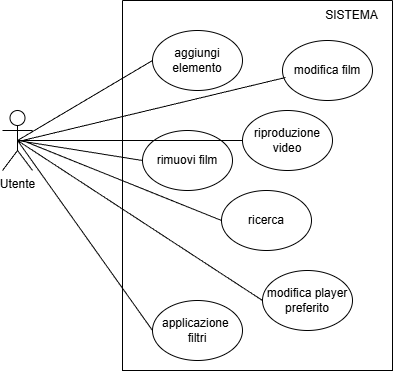
The draw.io diagram src/main/docs/Use Case Diagram.drawio.png in Michele-Arnoni/Cine-Rolodex, before a commit. Source tidied: cells renumbered, new cells last; positions are measured from the earlier drawing's top-left corner, leaving out a move shared by most shapes. Its diagram source:
```xml
<mxGraphModel>
  <root>
    <mxCell id="0" />
    <mxCell id="1" parent="0" />
    <mxCell id="2" value="Utente" style="shape=umlActor;verticalLabelPosition=bottom;verticalAlign=top;html=1;outlineConnect=0;" parent="1" vertex="1">
      <mxGeometry y="110" width="30" height="60" as="geometry" />
    </mxCell>
    <mxCell id="3" value="aggiungi&lt;div&gt;elemento&lt;/div&gt;" style="ellipse;whiteSpace=wrap;html=1;" parent="1" vertex="1">
      <mxGeometry x="150" y="30" width="90" height="60" as="geometry" />
    </mxCell>
    <mxCell id="4" value="modifica film" style="ellipse;whiteSpace=wrap;html=1;" parent="1" vertex="1">
      <mxGeometry x="280" y="40" width="90" height="60" as="geometry" />
    </mxCell>
    <mxCell id="5" value="rimuovi film" style="ellipse;whiteSpace=wrap;html=1;" parent="1" vertex="1">
      <mxGeometry x="140" y="130" width="90" height="60" as="geometry" />
    </mxCell>
    <mxCell id="6" style="swimlane;startSize=0;" parent="1" vertex="1">
      <mxGeometry x="120" width="270" height="370" as="geometry" />
    </mxCell>
    <mxCell id="7" value="SISTEMA" style="text;html=1;align=center;verticalAlign=middle;strokeColor=none;fillColor=none;" parent="6" vertex="1">
      <mxGeometry x="189" width="80" height="30" as="geometry" />
    </mxCell>
    <mxCell id="8" value="ricerca" style="ellipse;whiteSpace=wrap;html=1;" parent="6" vertex="1">
      <mxGeometry x="99" y="190" width="90" height="60" as="geometry" />
    </mxCell>
    <mxCell id="9" value="applicazione&amp;nbsp;&lt;div&gt;filtri&lt;/div&gt;" style="ellipse;whiteSpace=wrap;html=1;" parent="6" vertex="1">
      <mxGeometry x="30" y="300" width="90" height="60" as="geometry" />
    </mxCell>
    <mxCell id="10" value="modifica player preferito" style="ellipse;whiteSpace=wrap;html=1;" parent="6" vertex="1">
      <mxGeometry x="140" y="270" width="90" height="60" as="geometry" />
    </mxCell>
    <mxCell id="11" value="riproduzione video" style="ellipse;whiteSpace=wrap;html=1;" parent="6" vertex="1">
      <mxGeometry x="120" y="110" width="90" height="60" as="geometry" />
    </mxCell>
    <mxCell id="12" style="endArrow=none;html=1;exitX=0.5;exitY=0.5;exitDx=0;exitDy=0;exitPerimeter=0;entryX=0;entryY=0.5;entryDx=0;entryDy=0;" parent="1" edge="1" source="2" target="9">
      <mxGeometry relative="1" as="geometry" />
    </mxCell>
    <mxCell id="13" style="endArrow=none;html=1;exitX=0.5;exitY=0.5;exitDx=0;exitDy=0;exitPerimeter=0;entryX=0;entryY=0.5;entryDx=0;entryDy=0;" parent="1" edge="1" source="2" target="3">
      <mxGeometry relative="1" as="geometry" />
    </mxCell>
    <mxCell id="14" style="endArrow=none;html=1;exitX=0.5;exitY=0.5;exitDx=0;exitDy=0;exitPerimeter=0;entryX=0;entryY=0.5;entryDx=0;entryDy=0;" parent="1" edge="1" source="2" target="5">
      <mxGeometry relative="1" as="geometry" />
    </mxCell>
    <mxCell id="15" style="endArrow=none;html=1;entryX=0;entryY=0.5;entryDx=0;entryDy=0;" parent="1" edge="1" target="8">
      <mxGeometry relative="1" as="geometry">
        <mxPoint x="20" y="140" as="sourcePoint" />
      </mxGeometry>
    </mxCell>
    <mxCell id="16" style="endArrow=none;html=1;entryX=0.033;entryY=0.617;entryDx=0;entryDy=0;entryPerimeter=0;" parent="1" edge="1" target="4">
      <mxGeometry relative="1" as="geometry">
        <mxPoint x="20" y="140" as="sourcePoint" />
      </mxGeometry>
    </mxCell>
    <mxCell id="17" style="endArrow=none;html=1;exitX=0.5;exitY=0.5;exitDx=0;exitDy=0;exitPerimeter=0;entryX=0;entryY=0.5;entryDx=0;entryDy=0;" parent="1" edge="1" source="2" target="10">
      <mxGeometry relative="1" as="geometry" />
    </mxCell>
    <mxCell id="18" style="endArrow=none;html=1;exitX=0.5;exitY=0.5;exitDx=0;exitDy=0;exitPerimeter=0;entryX=0;entryY=0.5;entryDx=0;entryDy=0;" parent="1" edge="1" source="2" target="11">
      <mxGeometry relative="1" as="geometry" />
    </mxCell>
  </root>
</mxGraphModel>
```
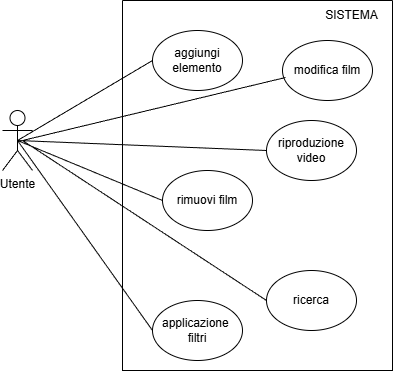
After the commit.

The edit, as a diff of the source:
```diff
@@ -11,9 +11,6 @@
     <mxCell id="4" value="modifica film" style="ellipse;whiteSpace=wrap;html=1;" parent="1" vertex="1">
       <mxGeometry x="280" y="40" width="90" height="60" as="geometry" />
     </mxCell>
-    <mxCell id="5" value="rimuovi film" style="ellipse;whiteSpace=wrap;html=1;" parent="1" vertex="1">
-      <mxGeometry x="140" y="130" width="90" height="60" as="geometry" />
-    </mxCell>
     <mxCell id="6" style="swimlane;startSize=0;" parent="1" vertex="1">
       <mxGeometry x="120" width="270" height="370" as="geometry" />
     </mxCell>
@@ -21,17 +18,17 @@
       <mxGeometry x="189" width="80" height="30" as="geometry" />
     </mxCell>
     <mxCell id="8" value="ricerca" style="ellipse;whiteSpace=wrap;html=1;" parent="6" vertex="1">
-      <mxGeometry x="99" y="190" width="90" height="60" as="geometry" />
+      <mxGeometry x="144" y="270" width="90" height="60" as="geometry" />
     </mxCell>
     <mxCell id="9" value="applicazione&amp;nbsp;&lt;div&gt;filtri&lt;/div&gt;" style="ellipse;whiteSpace=wrap;html=1;" parent="6" vertex="1">
       <mxGeometry x="30" y="300" width="90" height="60" as="geometry" />
     </mxCell>
-    <mxCell id="10" value="modifica player preferito" style="ellipse;whiteSpace=wrap;html=1;" parent="6" vertex="1">
-      <mxGeometry x="140" y="270" width="90" height="60" as="geometry" />
-    </mxCell>
     <mxCell id="11" value="riproduzione video" style="ellipse;whiteSpace=wrap;html=1;" parent="6" vertex="1">
-      <mxGeometry x="120" y="110" width="90" height="60" as="geometry" />
+      <mxGeometry x="144" y="120" width="90" height="60" as="geometry" />
     </mxCell>
+    <mxCell id="5" value="rimuovi film" style="ellipse;whiteSpace=wrap;html=1;" parent="6" vertex="1">
+      <mxGeometry x="40" y="170" width="90" height="60" as="geometry" />
+    </mxCell>
     <mxCell id="12" style="endArrow=none;html=1;exitX=0.5;exitY=0.5;exitDx=0;exitDy=0;exitPerimeter=0;entryX=0;entryY=0.5;entryDx=0;entryDy=0;" parent="1" edge="1" source="2" target="9">
       <mxGeometry relative="1" as="geometry" />
     </mxCell>
@@ -51,9 +48,6 @@
         <mxPoint x="20" y="140" as="sourcePoint" />
       </mxGeometry>
     </mxCell>
-    <mxCell id="17" style="endArrow=none;html=1;exitX=0.5;exitY=0.5;exitDx=0;exitDy=0;exitPerimeter=0;entryX=0;entryY=0.5;entryDx=0;entryDy=0;" parent="1" edge="1" source="2" target="10">
-      <mxGeometry relative="1" as="geometry" />
-    </mxCell>
     <mxCell id="18" style="endArrow=none;html=1;exitX=0.5;exitY=0.5;exitDx=0;exitDy=0;exitPerimeter=0;entryX=0;entryY=0.5;entryDx=0;entryDy=0;" parent="1" edge="1" source="2" target="11">
       <mxGeometry relative="1" as="geometry" />
     </mxCell>
```
